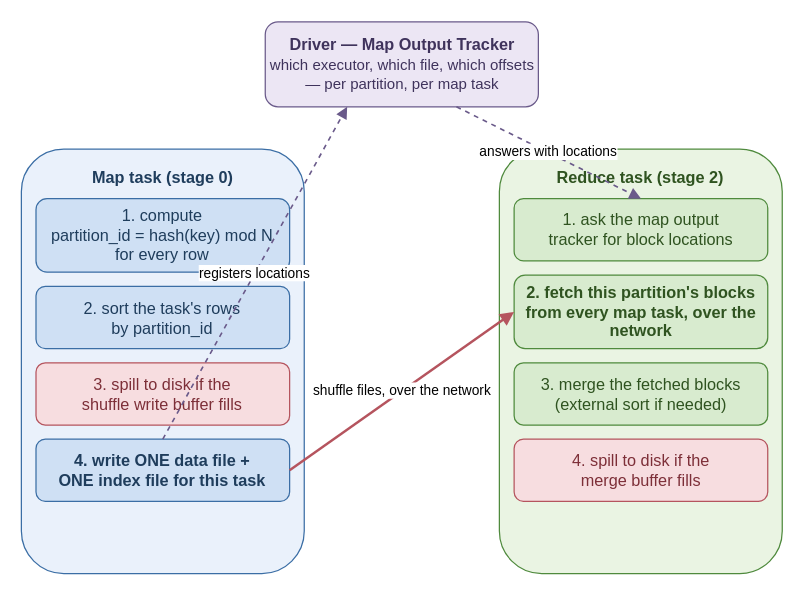
AlanPhan04/spark-101-to-pro keeps this draw.io diagram as book/figures/shuffle-write-read-path.drawio. Above is the earlier version. Source tidied: cells renumbered, new cells numbered last; positions are measured from the earlier drawing's top-left corner, leaving out a move shared by most shapes. Both pictures are drawn from the tidied source at 125%, with x=0, y=0 at pixel (21, 21).
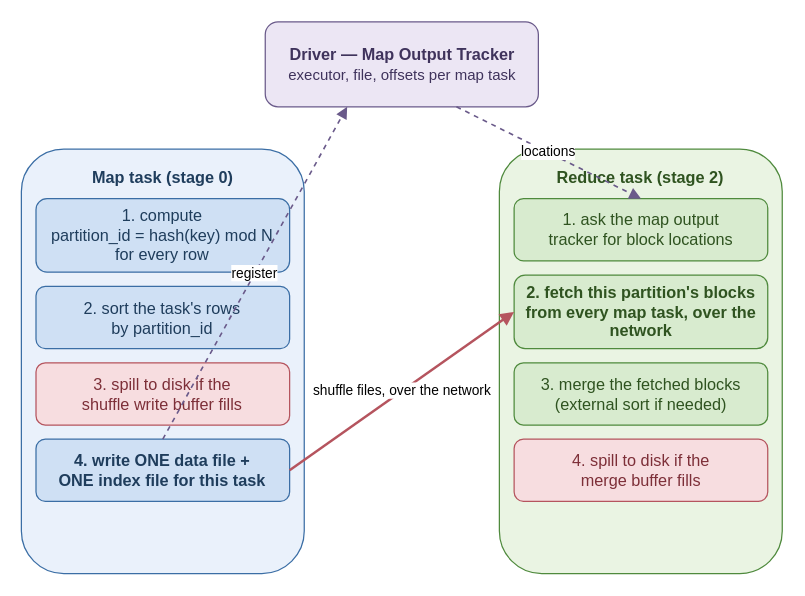
The same diagram, later.

The edit, as a diff of the source:
```diff
@@
 <mxGraphModel>
   <root>
     <mxCell id="0" />
     <mxCell id="1" parent="0" />
-    <mxCell id="2" value="&lt;b&gt;Driver &amp;#8212; Map Output Tracker&lt;/b&gt;&lt;br&gt;&lt;span style=&quot;font-size:12px&quot;&gt;which executor, which file, which offsets &amp;#8212; per partition, per map task&lt;/span&gt;" style="rounded=1;whiteSpace=wrap;html=1;fillColor=#ece6f4;strokeColor=#6a5a8a;fontSize=13;fontColor=#3f335c;" parent="1" vertex="1">
+    <mxCell id="2" value="&lt;b&gt;Driver &amp;#8212; Map Output Tracker&lt;/b&gt;&lt;br&gt;&lt;span style=&quot;font-size:12px&quot;&gt;executor, file, offsets per map task&lt;/span&gt;" style="rounded=1;whiteSpace=wrap;html=1;fillColor=#ece6f4;strokeColor=#6a5a8a;fontSize=13;fontColor=#3f335c;" parent="1" vertex="1">
       <mxGeometry x="194.7" width="218.5" height="67.9" as="geometry" />
     </mxCell>
     <mxCell id="3" value="&lt;b&gt;Map task (stage 0)&lt;/b&gt;" style="rounded=1;whiteSpace=wrap;html=1;fillColor=#eaf1fb;strokeColor=#3b6ea5;fontSize=13;fontColor=#1f3d5c;verticalAlign=top;spacingTop=8;" parent="1" vertex="1">
       <mxGeometry x="-0.4" y="101.8" width="226.3" height="339.5" as="geometry" />
     </mxCell>
     <mxCell id="4" value="1. compute&#10;partition_id = hash(key) mod N&#10;for every row" style="rounded=1;whiteSpace=wrap;html=1;fillColor=#cfe0f4;strokeColor=#3b6ea5;fontSize=13;fontColor=#1f3d5c;" parent="1" vertex="1">
       <mxGeometry x="11.3" y="141.4" width="202.9" height="58.8" as="geometry" />
     </mxCell>
     <mxCell id="5" value="2. sort the task's rows&#10;by partition_id" style="rounded=1;whiteSpace=wrap;html=1;fillColor=#cfe0f4;strokeColor=#3b6ea5;fontSize=13;fontColor=#1f3d5c;" parent="1" vertex="1">
       <mxGeometry x="11.3" y="211.6" width="202.9" height="49.8" as="geometry" />
     </mxCell>
     <mxCell id="6" value="3. spill to disk if the&#10;shuffle write buffer fills" style="rounded=1;whiteSpace=wrap;html=1;fillColor=#f7dde0;strokeColor=#b5545e;fontSize=13;fontColor=#7d2f38;" parent="1" vertex="1">
       <mxGeometry x="11.3" y="272.7" width="202.9" height="49.8" as="geometry" />
     </mxCell>
     <mxCell id="7" value="4. write ONE data file +&#10;ONE index file for this task" style="rounded=1;whiteSpace=wrap;html=1;fillColor=#cfe0f4;strokeColor=#3b6ea5;fontSize=13;fontColor=#1f3d5c;fontStyle=1;" parent="1" vertex="1">
       <mxGeometry x="11.3" y="333.8" width="202.9" height="49.8" as="geometry" />
     </mxCell>
     <mxCell id="8" value="&lt;b&gt;Reduce task (stage 2)&lt;/b&gt;" style="rounded=1;whiteSpace=wrap;html=1;fillColor=#eaf4e3;strokeColor=#4f8a3d;fontSize=13;fontColor=#2f5320;verticalAlign=top;spacingTop=8;" parent="1" vertex="1">
       <mxGeometry x="382" y="101.8" width="226.3" height="339.5" as="geometry" />
     </mxCell>
     <mxCell id="9" value="1. ask the map output&#10;tracker for block locations" style="rounded=1;whiteSpace=wrap;html=1;fillColor=#d8ebcf;strokeColor=#4f8a3d;fontSize=13;fontColor=#2f5320;" parent="1" vertex="1">
       <mxGeometry x="393.8" y="141.4" width="202.9" height="49.8" as="geometry" />
     </mxCell>
     <mxCell id="10" value="2. fetch this partition's blocks&#10;from every map task, over the network" style="rounded=1;whiteSpace=wrap;html=1;fillColor=#d8ebcf;strokeColor=#4f8a3d;fontSize=13;fontColor=#2f5320;fontStyle=1;" parent="1" vertex="1">
       <mxGeometry x="393.8" y="202.6" width="202.9" height="58.8" as="geometry" />
     </mxCell>
     <mxCell id="11" value="3. merge the fetched blocks&#10;(external sort if needed)" style="rounded=1;whiteSpace=wrap;html=1;fillColor=#d8ebcf;strokeColor=#4f8a3d;fontSize=13;fontColor=#2f5320;" parent="1" vertex="1">
       <mxGeometry x="393.8" y="272.7" width="202.9" height="49.8" as="geometry" />
     </mxCell>
     <mxCell id="12" value="4. spill to disk if the&#10;merge buffer fills" style="rounded=1;whiteSpace=wrap;html=1;fillColor=#f7dde0;strokeColor=#b5545e;fontSize=13;fontColor=#7d2f38;" parent="1" vertex="1">
       <mxGeometry x="393.8" y="333.8" width="202.9" height="49.8" as="geometry" />
     </mxCell>
-    <mxCell id="13" value="registers locations" style="endArrow=block;html=1;dashed=1;strokeColor=#6a5a8a;strokeWidth=1.3;exitX=0.5;exitY=0;entryX=0.3;entryY=1;" parent="1" edge="1" source="7" target="2">
+    <mxCell id="13" value="register" style="endArrow=block;html=1;dashed=1;strokeColor=#6a5a8a;strokeWidth=1.3;exitX=0.5;exitY=0;entryX=0.3;entryY=1;" parent="1" edge="1" source="7" target="2">
       <mxGeometry relative="1" as="geometry" />
     </mxCell>
-    <mxCell id="14" value="answers with locations" style="endArrow=block;html=1;dashed=1;strokeColor=#6a5a8a;strokeWidth=1.3;exitX=0.7;exitY=1;entryX=0.5;entryY=0;" parent="1" edge="1" source="2" target="9">
+    <mxCell id="14" value="locations" style="endArrow=block;html=1;dashed=1;strokeColor=#6a5a8a;strokeWidth=1.3;exitX=0.7;exitY=1;entryX=0.5;entryY=0;" parent="1" edge="1" source="2" target="9">
       <mxGeometry relative="1" as="geometry" />
     </mxCell>
     <mxCell id="15" value="shuffle files, over the network" style="endArrow=block;html=1;strokeColor=#b5545e;strokeWidth=2;exitX=1;exitY=0.5;entryX=0;entryY=0.5;" parent="1" edge="1" source="7" target="10">
       <mxGeometry relative="1" as="geometry" />
     </mxCell>
   </root>
 </mxGraphModel>
```
